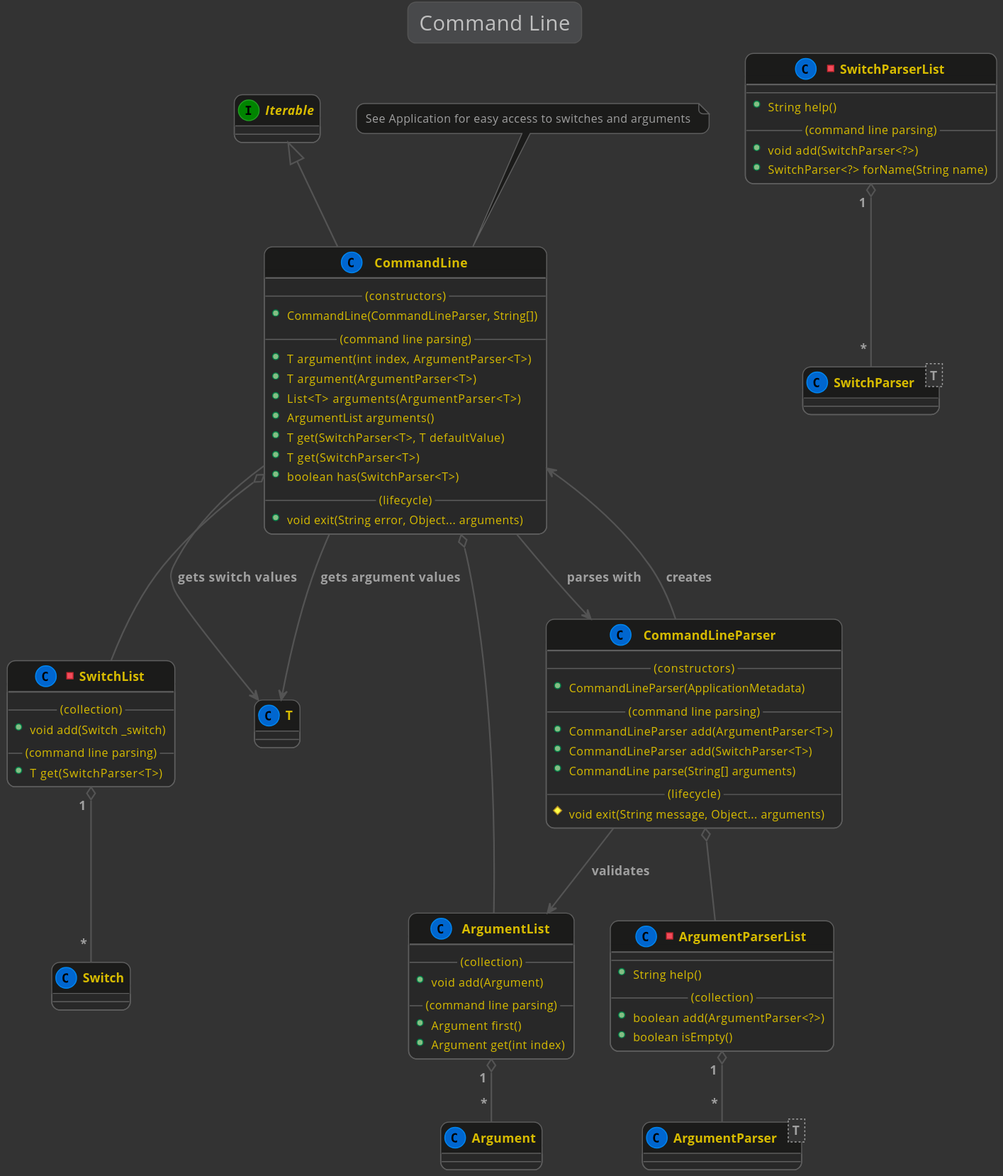
Above: uml/diagram-command-line.svg in jonathanlocke/jonathanlocke.github.io (PlantUML), before the change. Source of this version:
```plantuml
@startuml

    !include lexakai.theme

    title "Command Line"

    interface Iterable

    ArgumentList "1" o-- "*" Argument
    class ArgumentList
    {
        --(collection)--
        +void add(Argument)
        --(command line parsing)--
        +Argument first()
        +Argument get(int index)
    }

    class ArgumentParser<T>
    {
    }

    ArgumentParserList "1" o-- "*" ArgumentParser
    -class ArgumentParserList
    {
        --
        +String help()
        --(collection)--
        +boolean add(ArgumentParser<?>)
        +boolean isEmpty()
    }

    Iterable <|-- CommandLine
    CommandLine --> T : "gets argument values"
    CommandLine --> T : "gets switch values"
    CommandLine o-- ArgumentList
    CommandLine o-- SwitchList
    CommandLine --> CommandLineParser : "parses with"
    note top of CommandLine
        See Application for easy access to switches and arguments
    endnote
    class CommandLine
    {
        --(constructors)--
        +CommandLine(CommandLineParser, String[])
        --(command line parsing)--
        +T argument(int index, ArgumentParser<T>)
        +T argument(ArgumentParser<T>)
        +List<T> arguments(ArgumentParser<T>)
        +ArgumentList arguments()
        +T get(SwitchParser<T>, T defaultValue)
        +T get(SwitchParser<T>)
        +boolean has(SwitchParser<T>)
        --(lifecycle)--
        +void exit(String error, Object... arguments)
    }

    CommandLineParser --> ArgumentList : "validates"
    CommandLineParser --> CommandLine : "creates"
    CommandLineParser o-- ArgumentParserList
    class CommandLineParser
    {
        --(constructors)--
        +CommandLineParser(ApplicationMetadata)
        --(command line parsing)--
        +CommandLineParser add(ArgumentParser<T>)
        +CommandLineParser add(SwitchParser<T>)
        +CommandLine parse(String[] arguments)
        --(lifecycle)--
        #void exit(String message, Object... arguments)
    }

    SwitchList "1" o-- "*" Switch
    -class SwitchList
    {
        --(collection)--
        +void add(Switch _switch)
        --(command line parsing)--
        +T get(SwitchParser<T>)
    }

    class SwitchParser<T>
    {
    }

    SwitchParserList "1" o-- "*" SwitchParser
    -class SwitchParserList
    {
        --
        +String help()
        --(command line parsing)--
        +void add(SwitchParser<?>)
        +SwitchParser<?> forName(String name)
    }

@enduml
```
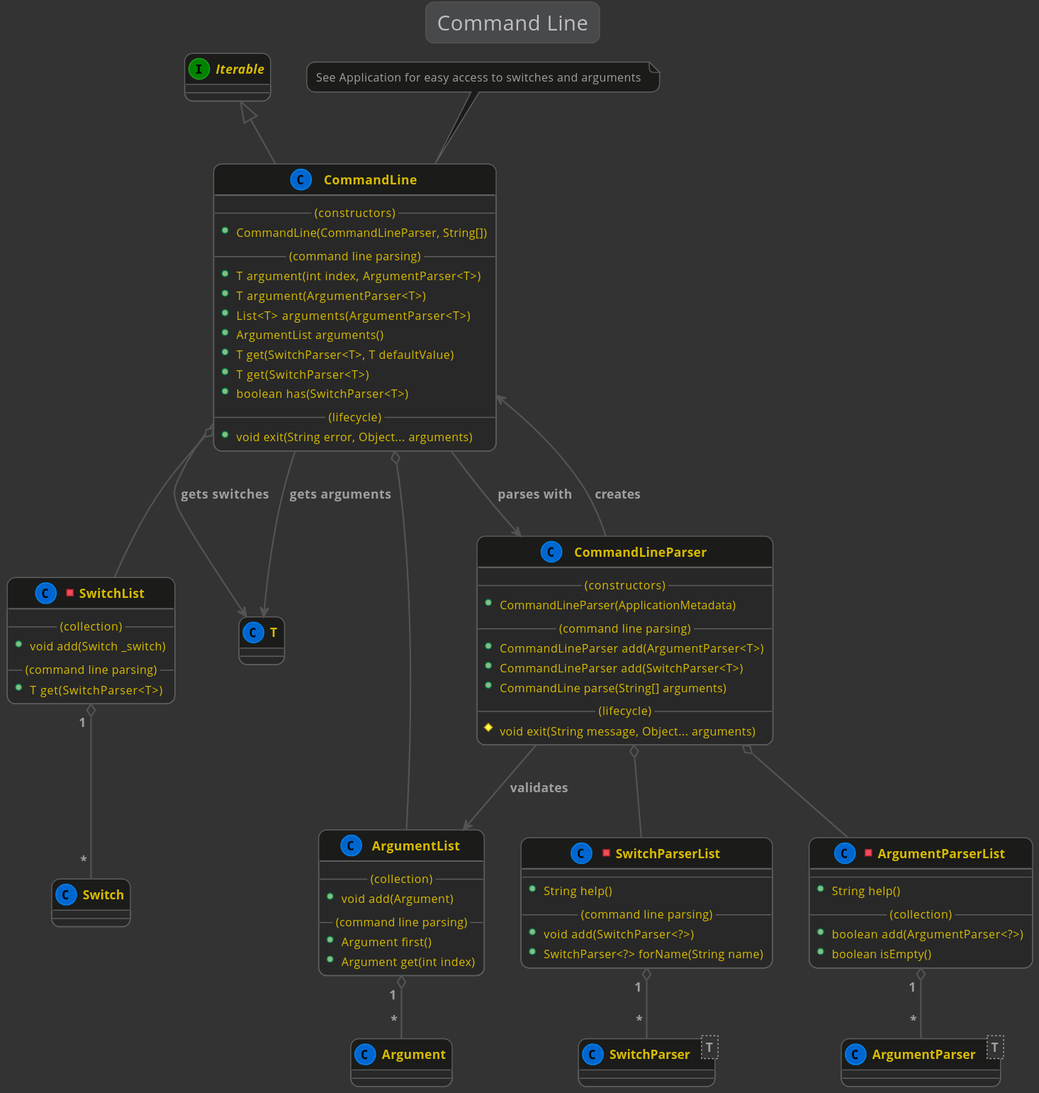
The same file after the commit.

Commit message:
🍱 Update diagram of command line class

The edit, as a diff of the source:
```diff
@@ -31,8 +31,8 @@
     }
 
     Iterable <|-- CommandLine
-    CommandLine --> T : "gets argument values"
-    CommandLine --> T : "gets switch values"
+    CommandLine --> T : "gets arguments"
+    CommandLine --> T : "gets switches"
     CommandLine o-- ArgumentList
     CommandLine o-- SwitchList
     CommandLine --> CommandLineParser : "parses with"
@@ -58,6 +58,7 @@
     CommandLineParser --> ArgumentList : "validates"
     CommandLineParser --> CommandLine : "creates"
     CommandLineParser o-- ArgumentParserList
+    CommandLineParser o-- SwitchParserList
     class CommandLineParser
     {
         --(constructors)--
```
